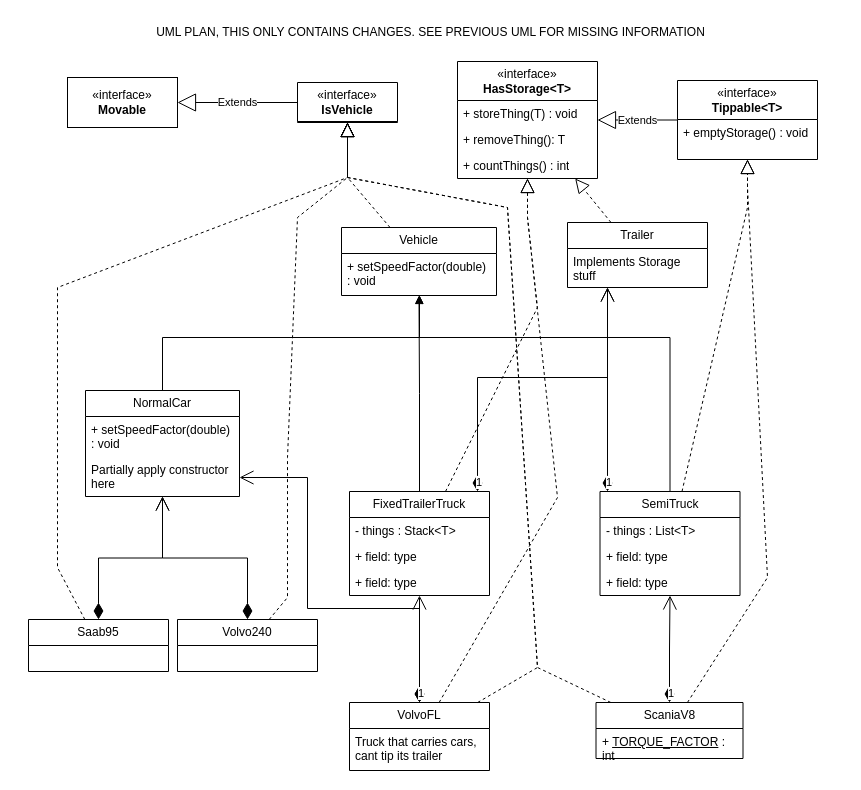
The draw.io diagram UML/UML-plan-2.drawio in vicha00/DIT954-Labb-Grupp16, before the edit. Source tidied: cells renumbered, new cells numbered last; positions are measured from the earlier drawing's top-left corner, leaving out a move shared by most shapes. Both pictures are drawn from the tidied source at 100%, with x=0, y=0 at pixel (17, 17).
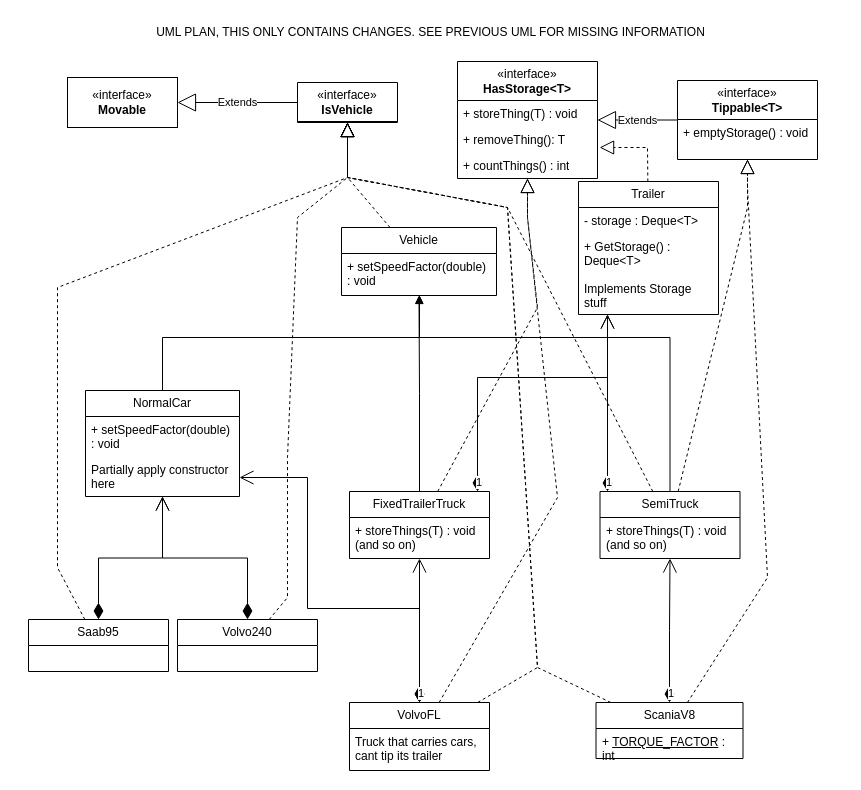
Above is the later version.

Commit message (it also covers changes not shown here):
updated UML and changed saab and volvo to use new NormalCar class

The change refers to these unchanged cells:
```xml
<mxCell id="22" value="«interface»&lt;br&gt;&lt;div&gt;&lt;b&gt;HasStorage&amp;lt;T&amp;gt;&lt;/b&gt;&lt;/div&gt;" style="swimlane;fontStyle=0;horizontal=1;startSize=39;fillColor=none;whiteSpace=wrap;html=1;" parent="1" vertex="1">
  <mxGeometry x="440" y="44" width="140" height="117" as="geometry" />
</mxCell>
<mxCell id="24" value="+ removeThing(): T" style="text;strokeColor=none;fillColor=none;align=left;verticalAlign=top;spacingLeft=4;spacingRight=4;overflow=hidden;points=[[0,0.5],[1,0.5]];portConstraint=eastwest;whiteSpace=wrap;html=1;" parent="22" vertex="1">
  <mxGeometry y="65" width="140" height="26" as="geometry" />
</mxCell>
<mxCell id="27" value="«interface»&lt;br&gt;&lt;div&gt;&lt;b&gt;IsVehicle&lt;/b&gt;&lt;/div&gt;" style="swimlane;fontStyle=0;horizontal=1;startSize=39;fillColor=none;whiteSpace=wrap;html=1;" parent="1" vertex="1" collapsed="1">
  <mxGeometry x="280" y="65" width="100" height="40" as="geometry" />
</mxCell>
```

Change to the diagram source:
```diff
@@
+    <mxCell id="54" style="endArrow=block;dashed=1;endFill=0;endSize=12;html=1;rounded=0;" parent="1" edge="1" source="34" target="27">
+      <mxGeometry relative="1" as="geometry">
+        <Array as="points">
+          <mxPoint x="490" y="190" />
+          <mxPoint x="330" y="160" />
+        </Array>
+      </mxGeometry>
+    </mxCell>
@@
     <mxCell id="30" value="FixedTrailerTruck" style="swimlane;fontStyle=0;horizontal=1;startSize=26;fillColor=none;whiteSpace=wrap;html=1;" parent="1" vertex="1">
-      <mxGeometry x="332" y="474" width="140" height="104" as="geometry" />
+      <mxGeometry x="332" y="474" width="140" height="67" as="geometry" />
     </mxCell>
-    <mxCell id="31" value="- things : Stack&amp;lt;T&amp;gt;" style="text;strokeColor=none;fillColor=none;align=left;verticalAlign=top;spacingLeft=4;spacingRight=4;overflow=hidden;whiteSpace=wrap;html=1;" parent="30" vertex="1">
-      <mxGeometry y="26" width="140" height="26" as="geometry" />
-    </mxCell>
-    <mxCell id="32" value="+ field: type" style="text;strokeColor=none;fillColor=none;align=left;verticalAlign=top;spacingLeft=4;spacingRight=4;overflow=hidden;whiteSpace=wrap;html=1;" parent="30" vertex="1">
-      <mxGeometry y="52" width="140" height="26" as="geometry" />
-    </mxCell>
-    <mxCell id="33" value="+ field: type" style="text;strokeColor=none;fillColor=none;align=left;verticalAlign=top;spacingLeft=4;spacingRight=4;overflow=hidden;whiteSpace=wrap;html=1;" parent="30" vertex="1">
-      <mxGeometry y="78" width="140" height="26" as="geometry" />
+    <mxCell id="33" value="&lt;div&gt;+ storeThings(T) : void (and so on)&lt;/div&gt;&lt;div&gt;&lt;br&gt;&lt;/div&gt;" style="text;strokeColor=none;fillColor=none;align=left;verticalAlign=top;spacingLeft=4;spacingRight=4;overflow=hidden;whiteSpace=wrap;html=1;" parent="30" vertex="1">
+      <mxGeometry y="26" width="140" height="41" as="geometry" />
     </mxCell>
     <mxCell id="34" value="SemiTruck" style="swimlane;fontStyle=0;horizontal=1;startSize=26;fillColor=none;whiteSpace=wrap;html=1;" parent="1" vertex="1">
-      <mxGeometry x="582.5" y="474" width="140" height="104" as="geometry" />
+      <mxGeometry x="582.5" y="474" width="140" height="67" as="geometry" />
     </mxCell>
-    <mxCell id="35" value="- things : List&amp;lt;T&amp;gt;" style="text;strokeColor=none;fillColor=none;align=left;verticalAlign=top;spacingLeft=4;spacingRight=4;overflow=hidden;whiteSpace=wrap;html=1;" parent="34" vertex="1">
-      <mxGeometry y="26" width="140" height="26" as="geometry" />
-    </mxCell>
-    <mxCell id="36" value="+ field: type" style="text;strokeColor=none;fillColor=none;align=left;verticalAlign=top;spacingLeft=4;spacingRight=4;overflow=hidden;whiteSpace=wrap;html=1;" parent="34" vertex="1">
-      <mxGeometry y="52" width="140" height="26" as="geometry" />
-    </mxCell>
-    <mxCell id="37" value="+ field: type" style="text;strokeColor=none;fillColor=none;align=left;verticalAlign=top;spacingLeft=4;spacingRight=4;overflow=hidden;whiteSpace=wrap;html=1;" parent="34" vertex="1">
-      <mxGeometry y="78" width="140" height="26" as="geometry" />
-    </mxCell>
+    <mxCell id="55" value="&lt;div&gt;+ storeThings(T) : void (and so on)&lt;/div&gt;&lt;div&gt;&lt;br&gt;&lt;/div&gt;" style="text;strokeColor=none;fillColor=none;align=left;verticalAlign=top;spacingLeft=4;spacingRight=4;overflow=hidden;whiteSpace=wrap;html=1;" parent="34" vertex="1">
+      <mxGeometry y="26" width="140" height="41" as="geometry" />
+    </mxCell>
@@
     <mxCell id="49" value="&lt;div&gt;Trailer&lt;/div&gt;" style="swimlane;fontStyle=0;horizontal=1;startSize=26;fillColor=none;whiteSpace=wrap;html=1;" parent="1" vertex="1">
-      <mxGeometry x="550" y="205" width="140" height="65" as="geometry" />
+      <mxGeometry x="561" y="164" width="140" height="133" as="geometry" />
     </mxCell>
+    <mxCell id="56" value="- storage : Deque&amp;lt;T&amp;gt;" style="text;strokeColor=none;fillColor=none;align=left;verticalAlign=top;spacingLeft=4;spacingRight=4;overflow=hidden;whiteSpace=wrap;html=1;" parent="49" vertex="1">
+      <mxGeometry y="26" width="140" height="26" as="geometry" />
+    </mxCell>
+    <mxCell id="57" value="+ GetStorage() : Deque&amp;lt;T&amp;gt;" style="text;strokeColor=none;fillColor=none;align=left;verticalAlign=top;spacingLeft=4;spacingRight=4;overflow=hidden;whiteSpace=wrap;html=1;" parent="49" vertex="1">
+      <mxGeometry y="52" width="140" height="42" as="geometry" />
+    </mxCell>
     <mxCell id="50" value="Implements Storage stuff" style="text;strokeColor=none;fillColor=none;align=left;verticalAlign=top;spacingLeft=4;spacingRight=4;overflow=hidden;whiteSpace=wrap;html=1;" parent="49" vertex="1">
-      <mxGeometry y="26" width="140" height="39" as="geometry" />
+      <mxGeometry y="94" width="140" height="39" as="geometry" />
     </mxCell>
-    <mxCell id="51" style="endArrow=block;dashed=1;endFill=0;endSize=12;html=1;rounded=0;" parent="1" edge="1" source="49" target="22">
-      <mxGeometry relative="1" as="geometry" />
+    <mxCell id="51" style="endArrow=block;dashed=1;endFill=0;endSize=12;html=1;rounded=0;entryX=1.015;entryY=0.808;entryDx=0;entryDy=0;entryPerimeter=0;" parent="1" edge="1" source="49" target="24">
+      <mxGeometry relative="1" as="geometry">
+        <Array as="points">
+          <mxPoint x="630" y="130" />
+        </Array>
+      </mxGeometry>
     </mxCell>
```
